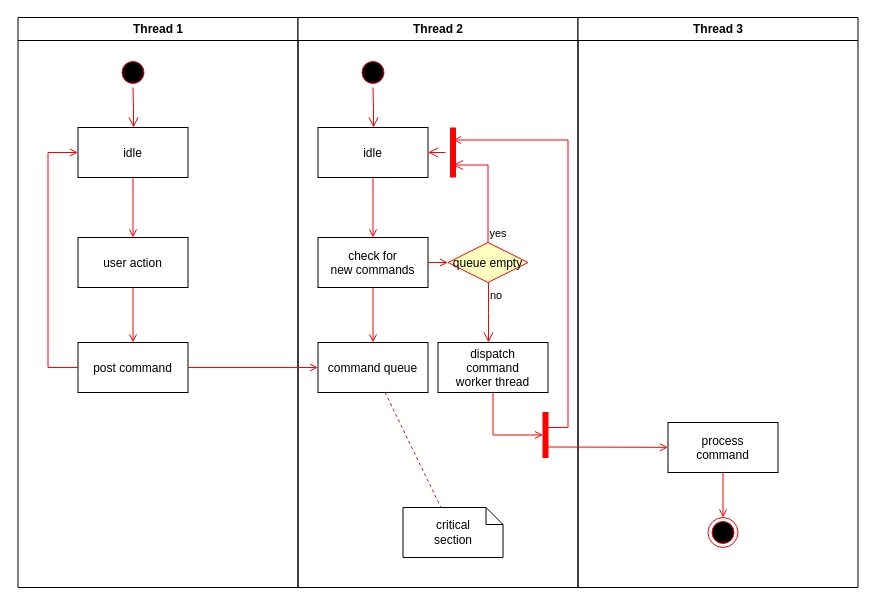
Earlier version of the draw.io diagram Diagrama sem nome.drawio (pedrlope/PA). Source tidied: cells renumbered, new cells numbered last; positions are measured from the earlier drawing's top-left corner, leaving out a move shared by most shapes. Both pictures are drawn from the tidied source at 100%, with x=0, y=0 at pixel (17, 17).
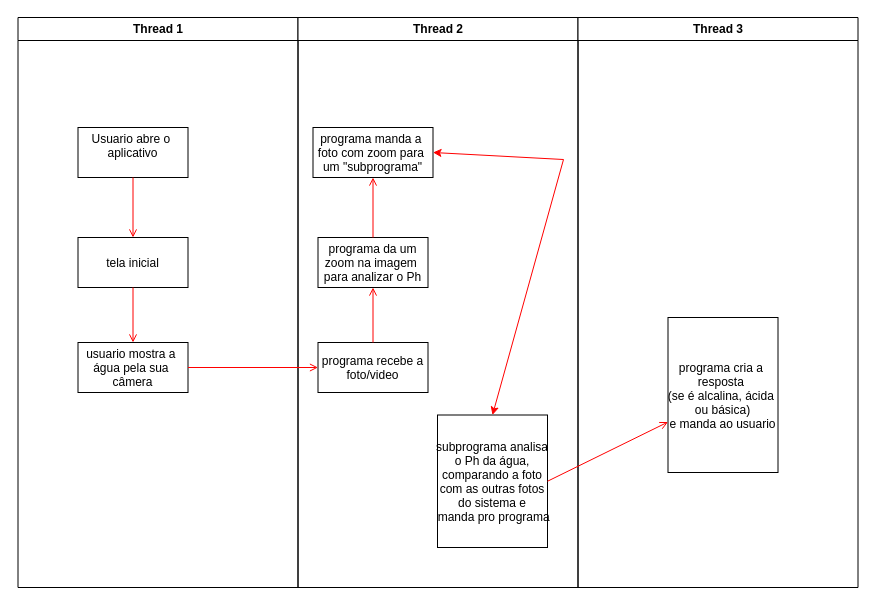
After the change.

Unchanged cells that the change refers to:
```xml
<mxCell id="2" value="Thread 1" style="swimlane;whiteSpace=wrap;" parent="1" vertex="1">
  <mxGeometry x="0.5" width="280" height="570" as="geometry" />
</mxCell>
<mxCell id="11" value="Thread 2" style="swimlane;whiteSpace=wrap;" parent="1" vertex="1">
  <mxGeometry x="280.5" width="280" height="570" as="geometry" />
</mxCell>
<mxCell id="30" value="Thread 3" style="swimlane;whiteSpace=wrap;" parent="1" vertex="1">
  <mxGeometry x="560.5" width="280" height="570" as="geometry" />
</mxCell>
```

Change to the diagram source:
```diff
@@
-    <mxCell id="3" style="ellipse;shape=startState;fillColor=#000000;strokeColor=#ff0000;" parent="2" vertex="1">
-      <mxGeometry x="100" y="40" width="30" height="30" as="geometry" />
-    </mxCell>
-    <mxCell id="4" style="edgeStyle=elbowEdgeStyle;elbow=horizontal;verticalAlign=bottom;endArrow=open;endSize=8;strokeColor=#FF0000;endFill=1;rounded=0;" parent="2" edge="1" source="3" target="5">
-      <mxGeometry x="100" y="40" as="geometry" />
-    </mxCell>
-    <mxCell id="5" value="idle" parent="2" vertex="1">
+    <mxCell id="5" value="Usuario abre o &#10;aplicativo&#10;" parent="2" vertex="1">
       <mxGeometry x="60" y="110" width="110" height="50" as="geometry" />
     </mxCell>
-    <mxCell id="6" value="user action" parent="2" vertex="1">
+    <mxCell id="6" value="tela inicial" parent="2" vertex="1">
       <mxGeometry x="60" y="220" width="110" height="50" as="geometry" />
     </mxCell>
@@
-    <mxCell id="8" value="post command" parent="2" vertex="1">
+    <mxCell id="8" value="usuario mostra a &#10;água pela sua &#10;câmera" parent="2" vertex="1">
       <mxGeometry x="60" y="325" width="110" height="50" as="geometry" />
     </mxCell>
@@
-    <mxCell id="10" style="edgeStyle=elbowEdgeStyle;elbow=horizontal;strokeColor=#FF0000;endArrow=open;endFill=1;rounded=0;" parent="2" edge="1" source="8" target="5">
-      <mxGeometry relative="1" as="geometry">
-        <Array as="points">
-          <mxPoint x="30" y="250" />
-        </Array>
-      </mxGeometry>
-    </mxCell>
@@
-    <mxCell id="12" style="ellipse;shape=startState;fillColor=#000000;strokeColor=#ff0000;" parent="11" vertex="1">
-      <mxGeometry x="60" y="40" width="30" height="30" as="geometry" />
-    </mxCell>
-    <mxCell id="13" style="edgeStyle=elbowEdgeStyle;elbow=horizontal;verticalAlign=bottom;endArrow=open;endSize=8;strokeColor=#FF0000;endFill=1;rounded=0;" parent="11" edge="1" source="12" target="14">
-      <mxGeometry x="40" y="20" as="geometry" />
-    </mxCell>
-    <mxCell id="14" value="idle" parent="11" vertex="1">
-      <mxGeometry x="20" y="110" width="110" height="50" as="geometry" />
+    <mxCell id="14" value="programa manda a &#10;foto com zoom para &#10;um &quot;subprograma&quot;" parent="11" vertex="1">
+      <mxGeometry x="15" y="110" width="120" height="50" as="geometry" />
     </mxCell>
-    <mxCell id="15" value="check for &#10;new commands" parent="11" vertex="1">
+    <mxCell id="15" value="programa da um&#10;zoom na imagem &#10;para analizar o Ph" parent="11" vertex="1">
       <mxGeometry x="20" y="220" width="110" height="50" as="geometry" />
     </mxCell>
-    <mxCell id="16" style="endArrow=open;strokeColor=#FF0000;endFill=1;rounded=0;" parent="11" edge="1" source="14" target="15">
+    <mxCell id="16" style="endArrow=open;strokeColor=#FF0000;endFill=1;rounded=0;entryX=0.5;entryY=1;entryDx=0;entryDy=0;exitX=0.5;exitY=0;exitDx=0;exitDy=0;" parent="11" edge="1" source="15" target="14">
       <mxGeometry relative="1" as="geometry" />
     </mxCell>
-    <mxCell id="17" value="command queue" parent="11" vertex="1">
+    <mxCell id="17" value="programa recebe a&#10;foto/video" parent="11" vertex="1">
       <mxGeometry x="20" y="325" width="110" height="50" as="geometry" />
     </mxCell>
-    <mxCell id="18" style="endArrow=open;strokeColor=#FF0000;endFill=1;rounded=0;" parent="11" edge="1" source="15" target="17">
+    <mxCell id="18" style="endArrow=open;strokeColor=#FF0000;endFill=1;rounded=0;entryX=0.5;entryY=1;entryDx=0;entryDy=0;exitX=0.5;exitY=0;exitDx=0;exitDy=0;" parent="11" edge="1" source="17" target="15">
       <mxGeometry relative="1" as="geometry" />
     </mxCell>
-    <mxCell id="19" value="queue empty" style="rhombus;fillColor=#ffffc0;strokeColor=#ff0000;" parent="11" vertex="1">
-      <mxGeometry x="150" y="225" width="80" height="40" as="geometry" />
-    </mxCell>
-    <mxCell id="20" value="yes" style="edgeStyle=elbowEdgeStyle;elbow=horizontal;align=left;verticalAlign=bottom;endArrow=open;endSize=8;strokeColor=#FF0000;exitX=0.5;exitY=0;endFill=1;rounded=0;entryX=0.75;entryY=0.5;entryPerimeter=0;" parent="11" edge="1" source="19" target="23">
-      <mxGeometry x="-1" relative="1" as="geometry">
-        <Array as="points">
-          <mxPoint x="190" y="180" />
-        </Array>
-      </mxGeometry>
-    </mxCell>
-    <mxCell id="21" value="no" style="edgeStyle=elbowEdgeStyle;elbow=horizontal;align=left;verticalAlign=top;endArrow=open;endSize=8;strokeColor=#FF0000;endFill=1;rounded=0;" parent="11" edge="1" source="19" target="25">
-      <mxGeometry x="-1" relative="1" as="geometry" />
-    </mxCell>
-    <mxCell id="22" style="endArrow=open;strokeColor=#FF0000;endFill=1;rounded=0;" parent="11" edge="1" source="15" target="19">
-      <mxGeometry relative="1" as="geometry" />
-    </mxCell>
-    <mxCell id="23" style="shape=line;strokeWidth=6;strokeColor=#ff0000;rotation=90;" parent="11" vertex="1">
-      <mxGeometry x="130" y="127.5" width="50" height="15" as="geometry" />
-    </mxCell>
-    <mxCell id="24" style="edgeStyle=elbowEdgeStyle;elbow=horizontal;verticalAlign=bottom;endArrow=open;endSize=8;strokeColor=#FF0000;endFill=1;rounded=0;" parent="11" edge="1" source="23" target="14">
-      <mxGeometry x="130" y="90" as="geometry" />
-    </mxCell>
-    <mxCell id="25" value="dispatch&#10;command&#10;worker thread" parent="11" vertex="1">
-      <mxGeometry x="140" y="325" width="110" height="50" as="geometry" />
+    <mxCell id="25" value="subprograma analisa&#10; o Ph da água, &#10;comparando a foto&#10;com as outras fotos&#10;do sistema e&#10; manda pro programa" parent="11" vertex="1">
+      <mxGeometry x="139.5" y="397.5" width="110" height="132.5" as="geometry" />
     </mxCell>
-    <mxCell id="26" value="critical&#10;section" style="shape=note;whiteSpace=wrap;size=17;" parent="11" vertex="1">
-      <mxGeometry x="105" y="490" width="100" height="50" as="geometry" />
-    </mxCell>
-    <mxCell id="27" style="endArrow=none;strokeColor=#FF0000;endFill=0;rounded=0;dashed=1;" parent="11" edge="1" source="17" target="26">
-      <mxGeometry relative="1" as="geometry" />
-    </mxCell>
-    <mxCell id="28" style="whiteSpace=wrap;strokeColor=#FF0000;fillColor=#FF0000;" parent="11" vertex="1">
-      <mxGeometry x="245" y="395" width="5" height="45" as="geometry" />
-    </mxCell>
-    <mxCell id="29" style="edgeStyle=elbowEdgeStyle;elbow=horizontal;entryX=0;entryY=0.5;strokeColor=#FF0000;endArrow=open;endFill=1;rounded=0;" parent="11" edge="1" source="25" target="28">
-      <mxGeometry relative="1" as="geometry">
-        <Array as="points">
-          <mxPoint x="195" y="400" />
-        </Array>
-      </mxGeometry>
-    </mxCell>
+    <mxCell id="37" style="endArrow=classic;startArrow=classic;html=1;rounded=0;exitX=0.5;exitY=0;exitDx=0;exitDy=0;entryX=1;entryY=0.5;entryDx=0;entryDy=0;fillColor=#f8cecc;strokeColor=#FF0000;" parent="11" edge="1" source="25" target="14">
+      <mxGeometry relative="1" as="geometry">
+        <Array as="points">
+          <mxPoint x="265.5" y="142" />
+        </Array>
+      </mxGeometry>
+    </mxCell>
@@
-    <mxCell id="31" value="process&#10;command" parent="30" vertex="1">
-      <mxGeometry x="90" y="405" width="110" height="50" as="geometry" />
+    <mxCell id="31" value="programa cria a &#10;resposta &#10;(se é alcalina, ácida &#10;ou básica)&#10;e manda ao usuario" parent="30" vertex="1">
+      <mxGeometry x="90" y="300" width="110" height="155" as="geometry" />
     </mxCell>
-    <mxCell id="32" style="edgeStyle=elbowEdgeStyle;elbow=horizontal;strokeColor=#FF0000;endArrow=open;endFill=1;rounded=0;entryX=0.25;entryY=0.5;entryPerimeter=0;" parent="30" edge="1" target="23">
-      <mxGeometry relative="1" as="geometry">
-        <mxPoint x="-30" y="410" as="sourcePoint" />
-        <Array as="points">
-          <mxPoint x="-10" y="135" />
-        </Array>
-      </mxGeometry>
-    </mxCell>
+    <mxCell id="36" style="endArrow=open;strokeColor=#FF0000;endFill=1;rounded=0;" parent="1" edge="1" source="8" target="17">
+      <mxGeometry relative="1" as="geometry" />
+    </mxCell>
-    <mxCell id="33" style="edgeStyle=none;strokeColor=#FF0000;endArrow=open;endFill=1;rounded=0;" parent="30" edge="1" target="31">
-      <mxGeometry relative="1" as="geometry">
-        <mxPoint x="-30" y="429.5" as="sourcePoint" />
-      </mxGeometry>
+    <mxCell id="33" style="edgeStyle=none;strokeColor=#FF0000;endArrow=open;endFill=1;rounded=0;exitX=1;exitY=0.5;exitDx=0;exitDy=0;" parent="1" edge="1" source="25" target="31">
+      <mxGeometry relative="1" as="geometry" />
     </mxCell>
-    <mxCell id="34" style="ellipse;shape=endState;fillColor=#000000;strokeColor=#ff0000;" parent="30" vertex="1">
-      <mxGeometry x="130" y="500" width="30" height="30" as="geometry" />
-    </mxCell>
-    <mxCell id="35" style="endArrow=open;strokeColor=#FF0000;endFill=1;rounded=0;" parent="30" edge="1" source="31" target="34">
-      <mxGeometry relative="1" as="geometry" />
-    </mxCell>
-    <mxCell id="36" style="endArrow=open;strokeColor=#FF0000;endFill=1;rounded=0;" parent="1" edge="1" source="8" target="17">
-      <mxGeometry relative="1" as="geometry" />
-    </mxCell>
```
